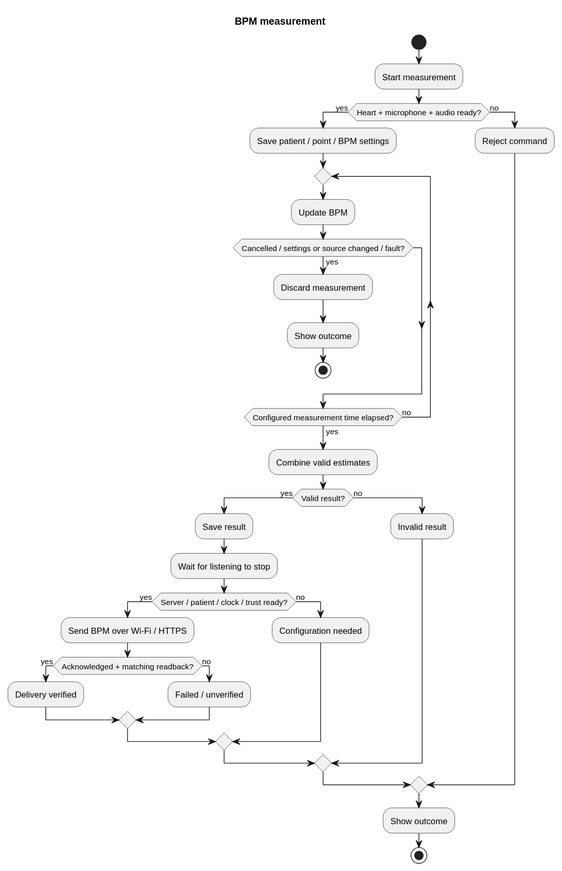
Before: Development/system/architecture/rendered/measurement_workflow.svg, a diagram exported from PlantUML (DemonicPsychoII/DigitalStethoscope).
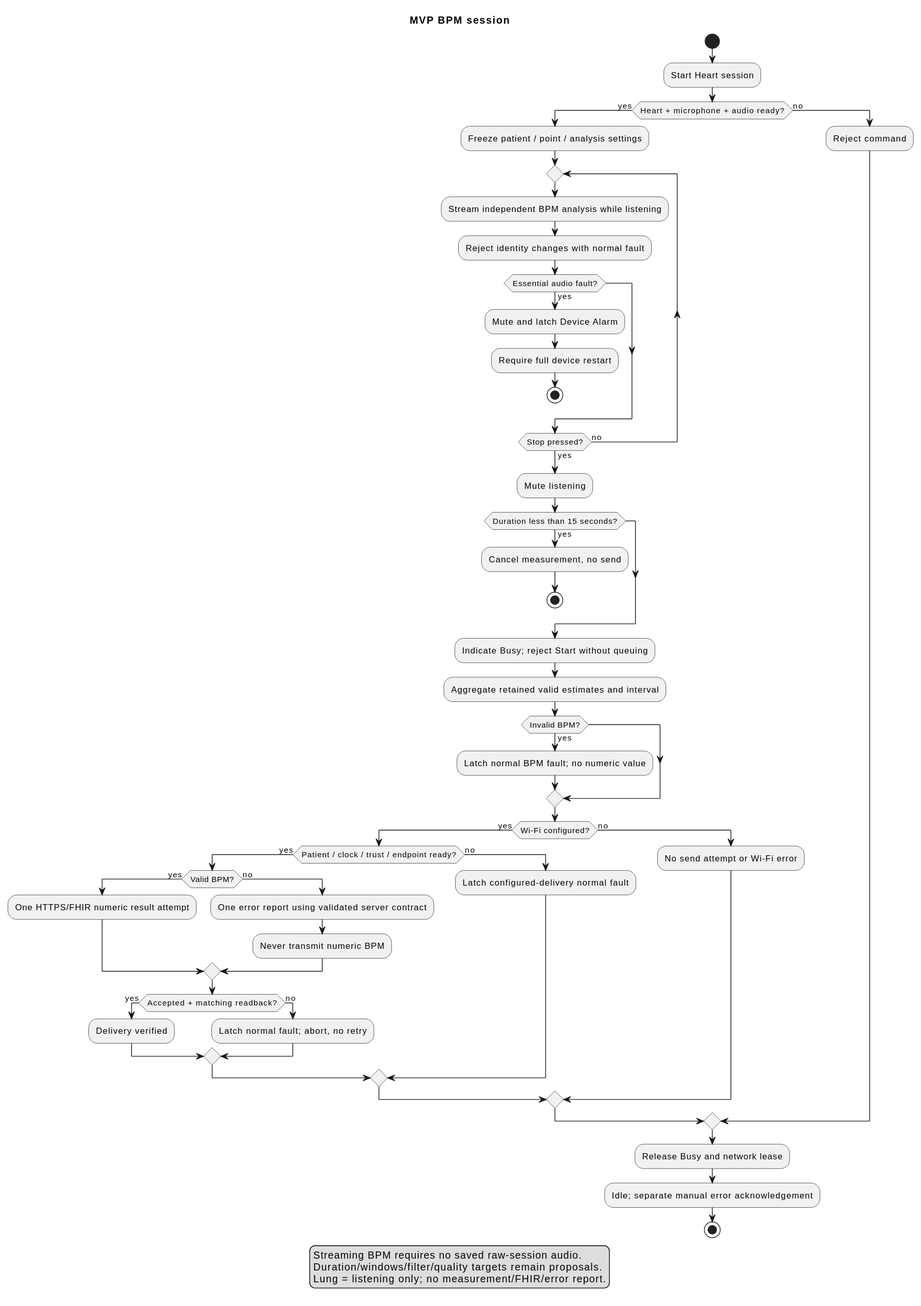
After the change.

What changed in the source:
```diff
@@ -1,39 +1,58 @@
 @startuml
 skinparam shadowing false
 skinparam defaultFontName SansSerif
-title BPM measurement
+title MVP BPM session
 start
-:Start measurement;
+:Start Heart session;
 if (Heart + microphone + audio ready?) then (yes)
- :Save patient / point / BPM settings;
+ :Freeze patient / point / analysis settings;
  repeat
-  :Update BPM;
-  if (Cancelled / settings or source changed / fault?) then (yes)
-   :Discard measurement;
-   :Show outcome;
+  :Stream independent BPM analysis while listening;
+  :Reject identity changes with normal fault;
+  if (Essential audio fault?) then (yes)
+   :Mute and latch Device Alarm;
+   :Require full device restart;
    stop
   endif
- repeat while (Configured measurement time elapsed?) is (no) not (yes)
- :Combine valid estimates;
- if (Valid result?) then (yes)
-  :Save result;
-  :Wait for listening to stop;
-  if (Server / patient / clock / trust ready?) then (yes)
-   :Send BPM over Wi-Fi / HTTPS;
-   if (Acknowledged + matching readback?) then (yes)
+ repeat while (Stop pressed?) is (no) not (yes)
+ :Mute listening;
+ if (Duration less than 15 seconds?) then (yes)
+  :Cancel measurement, no send;
+  stop
+ endif
+ :Indicate Busy; reject Start without queuing;
+ :Aggregate retained valid estimates and interval;
+ if (Invalid BPM?) then (yes)
+  :Latch normal BPM fault; no numeric value;
+ endif
+ if (Wi-Fi configured?) then (yes)
+  if (Patient / clock / trust / endpoint ready?) then (yes)
+   if (Valid BPM?) then (yes)
+    :One HTTPS/FHIR numeric result attempt;
+   else (no)
+    :One error report using validated server contract;
+    :Never transmit numeric BPM;
+   endif
+   if (Accepted + matching readback?) then (yes)
     :Delivery verified;
    else (no)
-    :Failed / unverified;
+    :Latch normal fault; abort, no retry;
    endif
   else (no)
-   :Configuration needed;
+   :Latch configured-delivery normal fault;
   endif
  else (no)
-  :Invalid result;
+  :No send attempt or Wi-Fi error;
  endif
 else (no)
  :Reject command;
 endif
-:Show outcome;
+:Release Busy and network lease;
+:Idle; separate manual error acknowledgement;
 stop
+legend bottom
+  Streaming BPM requires no saved raw-session audio.
+  Duration/windows/filter/quality targets remain proposals.
+  Lung = listening only; no measurement/FHIR/error report.
+endlegend
 @enduml
```
